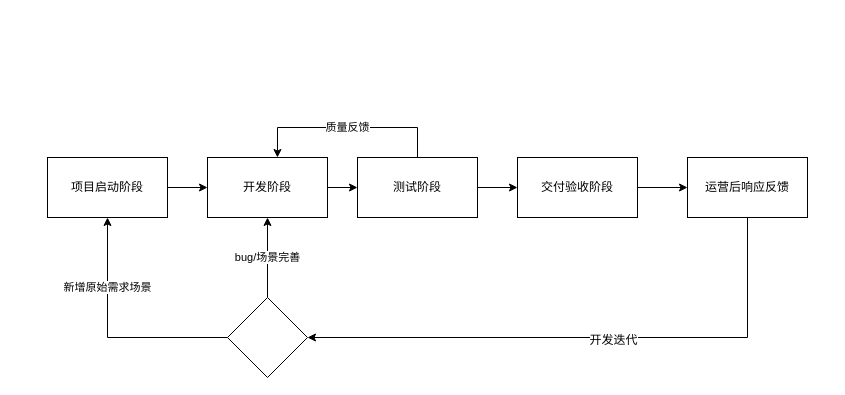
mashifei/uml keeps this draw.io diagram as page "总体流程" (1 of 6) of 开发制度关键流程.drawio. Above is the earlier version. Source tidied: cells renumbered, new cells numbered last; positions are measured from the earlier drawing's top-left corner, leaving out a move shared by most shapes. Both pictures are drawn from the tidied source at 100%, with x=0, y=0 at pixel (47, 97).
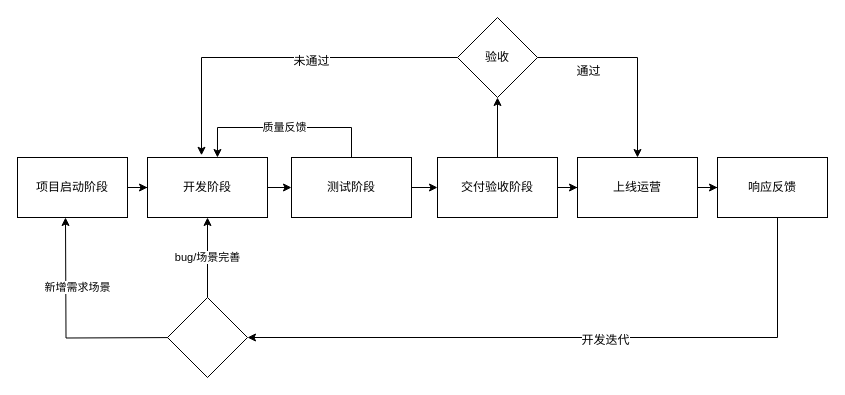
After the change.

Commit message:
Update 开发制度关键流程.drawio

Diff of the diagram source:
```diff
@@
     <mxCell id="5" value="项目启动阶段" style="rounded=0;whiteSpace=wrap;html=1;" parent="1" vertex="1">
-      <mxGeometry y="60" width="120" height="60" as="geometry" />
+      <mxGeometry x="-30" y="60" width="110" height="60" as="geometry" />
     </mxCell>
@@
     <mxCell id="7" value="开发阶段" style="rounded=0;whiteSpace=wrap;html=1;" parent="1" vertex="1">
-      <mxGeometry x="160" y="60" width="120" height="60" as="geometry" />
+      <mxGeometry x="100" y="60" width="120" height="60" as="geometry" />
     </mxCell>
@@
     <mxCell id="9" value="质量反馈" style="edgeStyle=orthogonalEdgeStyle;rounded=0;jettySize=auto;html=1;entryX=0.583;entryY=0;entryDx=0;entryDy=0;entryPerimeter=0;exitX=0.5;exitY=0;exitDx=0;exitDy=0;" parent="1" edge="1" source="10" target="7">
       <mxGeometry relative="1" as="geometry">
         <Array as="points">
-          <mxPoint x="370" y="30" />
-          <mxPoint x="230" y="30" />
+          <mxPoint x="304" y="30" />
+          <mxPoint x="170" y="30" />
         </Array>
       </mxGeometry>
     </mxCell>
     <mxCell id="10" value="测试阶段" style="rounded=0;whiteSpace=wrap;html=1;" parent="1" vertex="1">
-      <mxGeometry x="310" y="60" width="120" height="60" as="geometry" />
+      <mxGeometry x="244" y="60" width="120" height="60" as="geometry" />
     </mxCell>
@@
+    <mxCell id="19" style="edgeStyle=orthogonalEdgeStyle;rounded=0;jettySize=auto;html=1;entryX=0.5;entryY=1;entryDx=0;entryDy=0;" parent="1" edge="1" source="12" target="25">
+      <mxGeometry relative="1" as="geometry" />
+    </mxCell>
     <mxCell id="12" value="交付验收阶段" style="rounded=0;whiteSpace=wrap;html=1;" parent="1" vertex="1">
-      <mxGeometry x="470" y="60" width="120" height="60" as="geometry" />
+      <mxGeometry x="390" y="60" width="120" height="60" as="geometry" />
     </mxCell>
-    <mxCell id="13" style="edgeStyle=orthogonalEdgeStyle;rounded=0;jettySize=auto;html=1;entryX=1;entryY=0.5;entryDx=0;entryDy=0;" parent="1" edge="1" source="15" target="18">
+    <mxCell id="13" style="edgeStyle=orthogonalEdgeStyle;rounded=0;jettySize=auto;html=1;entryX=1;entryY=0.5;entryDx=0;entryDy=0;exitX=0.5;exitY=1;exitDx=0;exitDy=0;" parent="1" edge="1" source="26" target="18">
       <mxGeometry relative="1" as="geometry">
         <Array as="points">
-          <mxPoint x="700" y="240" />
+          <mxPoint x="730" y="240" />
         </Array>
       </mxGeometry>
     </mxCell>
@@
+    <mxCell id="20" style="edgeStyle=orthogonalEdgeStyle;rounded=0;jettySize=auto;html=1;entryX=0;entryY=0.5;entryDx=0;entryDy=0;" parent="1" edge="1" source="15" target="26">
+      <mxGeometry relative="1" as="geometry" />
+    </mxCell>
-    <mxCell id="15" value="运营后响应反馈" style="rounded=0;whiteSpace=wrap;html=1;" parent="1" vertex="1">
-      <mxGeometry x="640" y="60" width="120" height="60" as="geometry" />
+    <mxCell id="15" value="上线运营" style="rounded=0;whiteSpace=wrap;html=1;" parent="1" vertex="1">
+      <mxGeometry x="530" y="60" width="120" height="60" as="geometry" />
     </mxCell>
@@
-    <mxCell id="17" value="新增原始需求场景" style="edgeStyle=orthogonalEdgeStyle;rounded=0;jettySize=auto;html=1;entryX=0.5;entryY=1;entryDx=0;entryDy=0;" parent="1" edge="1" source="18" target="5">
-      <mxGeometry x="0.42" relative="1" as="geometry" />
+    <mxCell id="17" value="新增需求场景" style="edgeStyle=orthogonalEdgeStyle;rounded=0;orthogonalLoop=1;jettySize=auto;html=1;entryX=0.5;entryY=1;entryDx=0;entryDy=0;" parent="1" edge="1">
+      <mxGeometry x="0.42" y="-12" relative="1" as="geometry">
+        <mxPoint x="138" y="240" as="sourcePoint" />
+        <mxPoint x="18" y="120" as="targetPoint" />
+      </mxGeometry>
     </mxCell>
     <mxCell id="18" style="rhombus;whiteSpace=wrap;html=1;" parent="1" vertex="1">
-      <mxGeometry x="180" y="200" width="80" height="80" as="geometry" />
+      <mxGeometry x="120" y="200" width="80" height="80" as="geometry" />
     </mxCell>
+    <mxCell id="21" style="edgeStyle=orthogonalEdgeStyle;rounded=0;jettySize=auto;html=1;entryX=0.45;entryY=-0.037;entryDx=0;entryDy=0;entryPerimeter=0;" parent="1" edge="1" source="25" target="7">
+      <mxGeometry relative="1" as="geometry" />
+    </mxCell>
+    <mxCell id="22" value="未通过" style="text;html=1;align=center;verticalAlign=middle;labelBackgroundColor=#ffffff;" parent="21" vertex="1">
+      <mxGeometry x="-0.17" y="3" relative="1" as="geometry" />
+    </mxCell>
+    <mxCell id="23" style="edgeStyle=orthogonalEdgeStyle;rounded=0;jettySize=auto;html=1;entryX=0.5;entryY=0;entryDx=0;entryDy=0;exitX=1;exitY=0.5;exitDx=0;exitDy=0;" parent="1" edge="1" source="25" target="15">
+      <mxGeometry relative="1" as="geometry" />
+    </mxCell>
+    <mxCell id="24" value="通过" style="text;html=1;align=center;verticalAlign=middle;labelBackgroundColor=#ffffff;" parent="23" vertex="1">
+      <mxGeometry x="0.13" y="-24" relative="1" as="geometry">
+        <mxPoint x="-26" as="offset" />
+      </mxGeometry>
+    </mxCell>
+    <mxCell id="25" value="验收" style="rhombus;whiteSpace=wrap;html=1;" parent="1" vertex="1">
+      <mxGeometry x="410" y="-80" width="80" height="80" as="geometry" />
+    </mxCell>
+    <mxCell id="26" value="响应反馈" style="rounded=0;whiteSpace=wrap;html=1;" parent="1" vertex="1">
+      <mxGeometry x="670" y="60" width="110" height="60" as="geometry" />
+    </mxCell>
```
